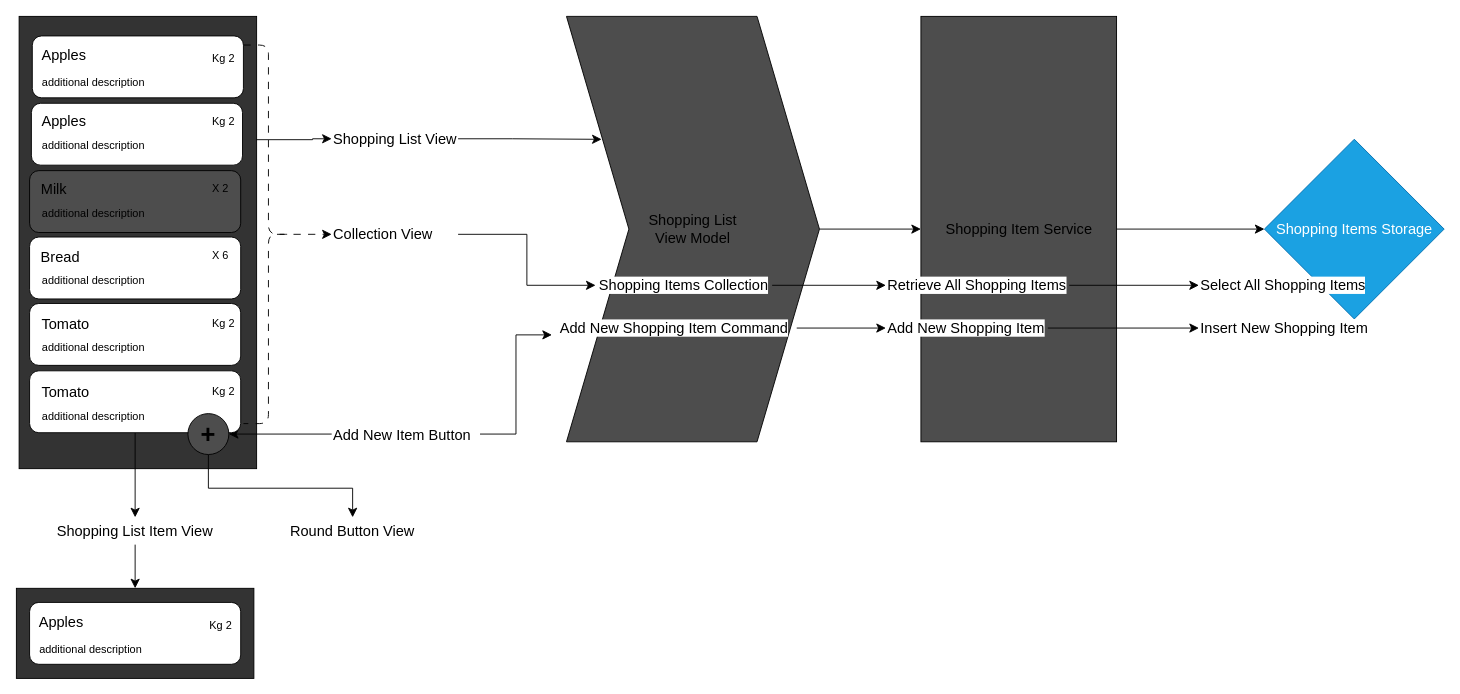
The draw.io diagram page "Shopping List Item Views" (2 of 6) of docs/designs/SLO.MobileApp.Components.drawio in mooohi/SLO.MobileApp, before the edit. Source tidied: cells renumbered, new cells numbered last; positions are measured from the earlier drawing's top-left corner, leaving out a move shared by most shapes. Both pictures are drawn from the tidied source at 91%, with x=0, y=0 at pixel (15, 16).
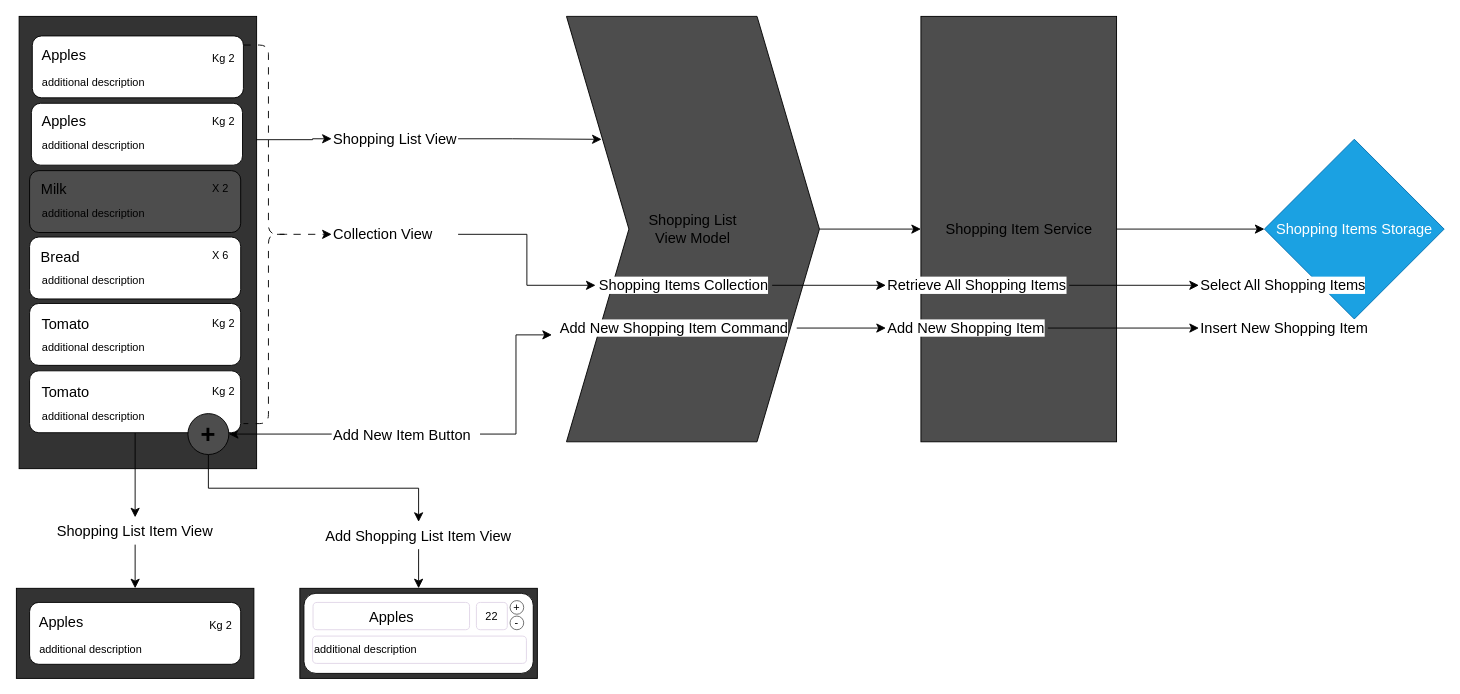
After the change.

Commit message (it also covers changes not shown here):
INIT - Button Base

The change refers to these unchanged cells:
```xml
<mxCell id="35" value="+" style="ellipse;whiteSpace=wrap;html=1;fontSize=28;fontStyle=1;fillColor=#4D4D4D;" parent="1" vertex="1">
  <mxGeometry x="189" y="436" width="45" height="45" as="geometry" />
</mxCell>
```

Diff of the diagram source:
```diff
@@
-    <mxCell id="34" style="edgeStyle=orthogonalEdgeStyle;shape=connector;rounded=0;jettySize=auto;html=1;strokeColor=default;align=center;verticalAlign=middle;fontFamily=Helvetica;fontSize=12;fontColor=default;labelBackgroundColor=default;startSize=8;endArrow=classic;endSize=8;" parent="1" edge="1" source="35" target="64">
+    <mxCell id="34" style="edgeStyle=orthogonalEdgeStyle;shape=connector;rounded=0;jettySize=auto;html=1;strokeColor=default;align=center;verticalAlign=middle;fontFamily=Helvetica;fontSize=12;fontColor=default;labelBackgroundColor=default;startSize=8;endArrow=classic;endSize=8;entryX=0.5;entryY=0;entryDx=0;entryDy=0;" parent="1" edge="1" source="35" target="64">
       <mxGeometry relative="1" as="geometry">
         <Array as="points">
           <mxPoint x="212" y="518" />
-          <mxPoint x="370" y="518" />
+          <mxPoint x="443" y="518" />
+          <mxPoint x="443" y="555" />
         </Array>
       </mxGeometry>
     </mxCell>
@@
+    <mxCell id="65" style="edgeStyle=orthogonalEdgeStyle;rounded=0;jettySize=auto;html=1;entryX=0.5;entryY=0;entryDx=0;entryDy=0;fontSize=12;startSize=8;endSize=8;" parent="1" edge="1" source="64" target="66">
+      <mxGeometry relative="1" as="geometry" />
+    </mxCell>
-    <mxCell id="64" value="Round Button View" style="text;html=1;whiteSpace=wrap;align=center;verticalAlign=middle;rounded=0;fontSize=16;" parent="1" vertex="1">
-      <mxGeometry x="281" y="550" width="178" height="30" as="geometry" />
+    <mxCell id="64" value="Add Shopping List Item View" style="text;html=1;whiteSpace=wrap;align=center;verticalAlign=middle;rounded=0;fontSize=16;" parent="1" vertex="1">
+      <mxGeometry x="335" y="555" width="215" height="30" as="geometry" />
     </mxCell>
+    <mxCell id="66" style="rounded=0;whiteSpace=wrap;html=1;fillColor=#333333;" parent="1" vertex="1">
+      <mxGeometry x="312" y="628" width="261" height="99" as="geometry" />
+    </mxCell>
+    <mxCell id="67" style="rounded=1;whiteSpace=wrap;html=1;" parent="1" vertex="1">
+      <mxGeometry x="316.5" y="633.5" width="252" height="88" as="geometry" />
+    </mxCell>
+    <mxCell id="68" value="additional description" style="text;html=1;whiteSpace=wrap;strokeColor=#E1D5E7;fillColor=none;align=left;verticalAlign=middle;rounded=1;fontSize=12;" parent="1" vertex="1">
+      <mxGeometry x="326" y="680.5" width="235" height="30" as="geometry" />
+    </mxCell>
+    <mxCell id="69" value="22" style="text;html=1;whiteSpace=wrap;strokeColor=#E1D5E7;fillColor=none;align=center;verticalAlign=middle;rounded=1;fontSize=12;" parent="1" vertex="1">
+      <mxGeometry x="506" y="643.5" width="34" height="30" as="geometry" />
+    </mxCell>
+    <mxCell id="70" value="Apples" style="text;html=1;whiteSpace=wrap;strokeColor=#E1D5E7;fillColor=none;align=center;verticalAlign=middle;rounded=1;fontSize=16;" parent="1" vertex="1">
+      <mxGeometry x="326.5" y="643.5" width="172" height="30" as="geometry" />
+    </mxCell>
+    <mxCell id="71" value="+" style="ellipse;whiteSpace=wrap;html=1;fontFamily=Helvetica;fontSize=12;fontColor=default;labelBackgroundColor=none;strokeColor=#666666;spacing=0;" parent="1" vertex="1">
+      <mxGeometry x="543" y="641.5" width="15" height="15" as="geometry" />
+    </mxCell>
+    <mxCell id="72" value="-" style="ellipse;whiteSpace=wrap;html=1;fontFamily=Helvetica;fontSize=12;fontColor=default;labelBackgroundColor=none;strokeColor=#666666;spacing=0;" parent="1" vertex="1">
+      <mxGeometry x="543" y="658.5" width="15" height="15" as="geometry" />
+    </mxCell>
```
